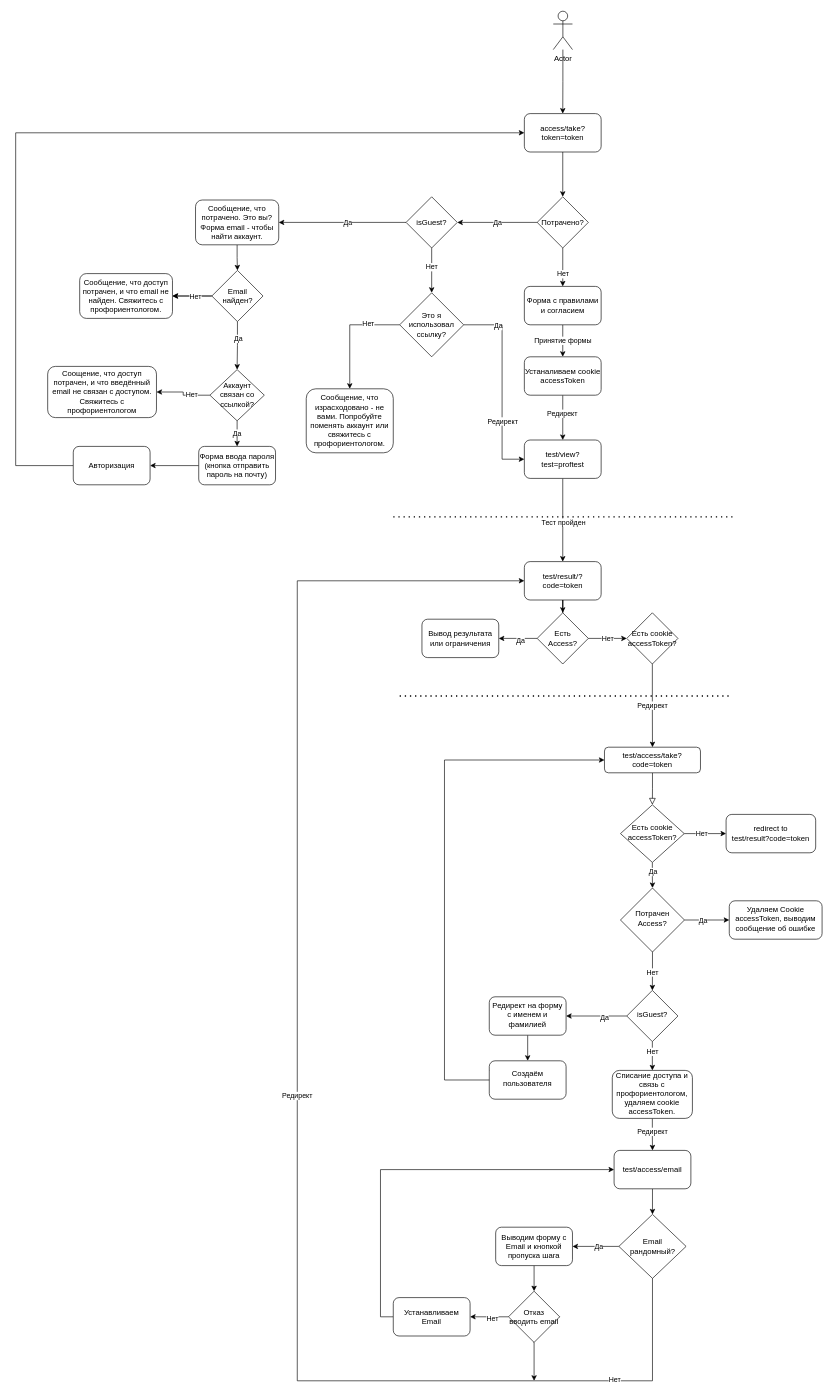
Before: Диаграмма без названия.drawio in davidtema/drawio, a draw.io diagram. Source tidied: cells renumbered, new cells numbered last; positions are measured from the earlier drawing's top-left corner, leaving out a move shared by most shapes. Both pictures are drawn from the tidied source at 64%, with x=0, y=0 at pixel (15, 11).
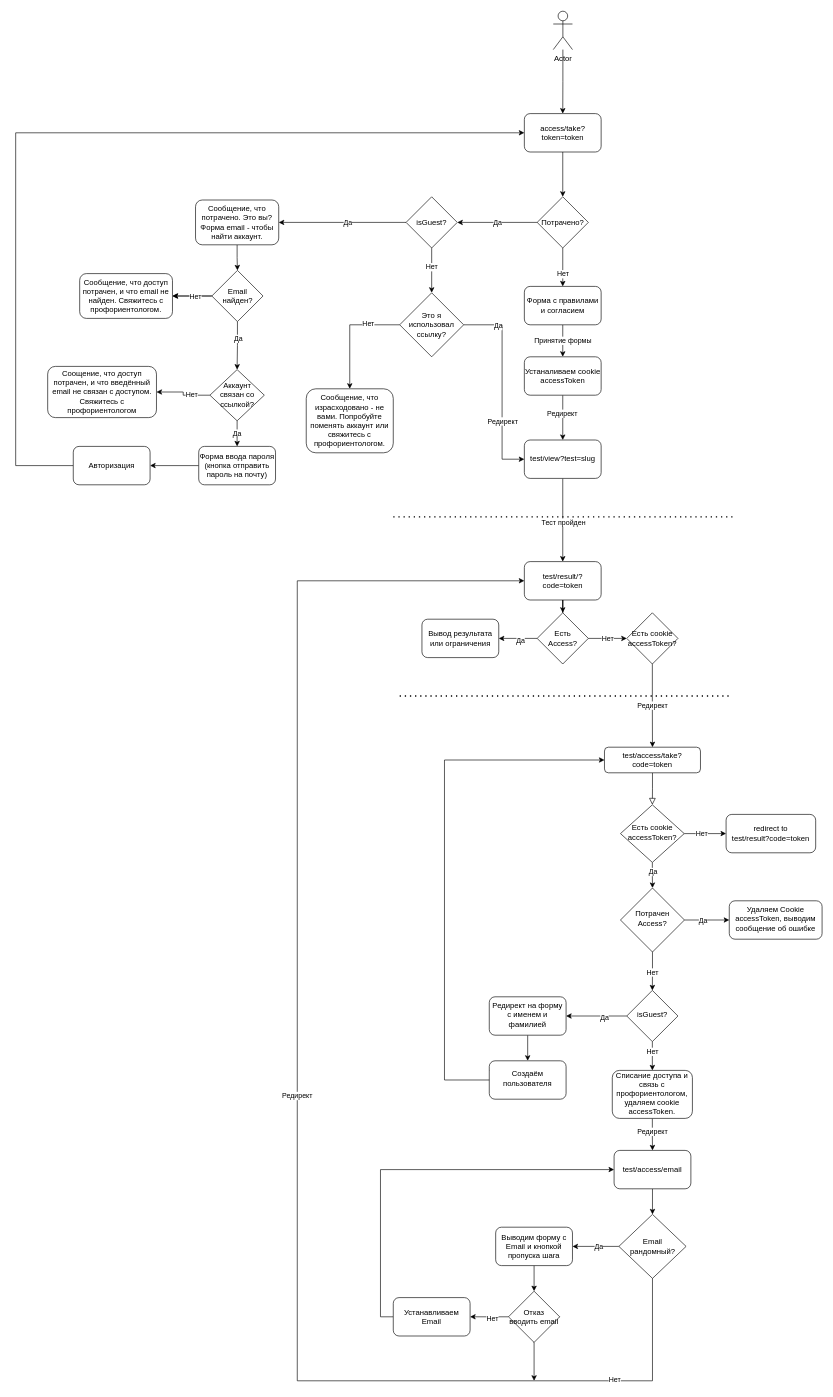
The same diagram, later.

Commit message:
Обновление Диаграммs одноразовой ссылки.drawio

The edit, as a diff of the source:
```diff
@@
-    <mxCell id="68" value="test/view?test=proftest" style="rounded=1;whiteSpace=wrap;html=1;" parent="1" vertex="1">
+    <mxCell id="68" value="test/view?test=slug" style="rounded=1;whiteSpace=wrap;html=1;" parent="1" vertex="1">
       <mxGeometry x="794.8" y="670" width="120" height="60" as="geometry" />
     </mxCell>
```
